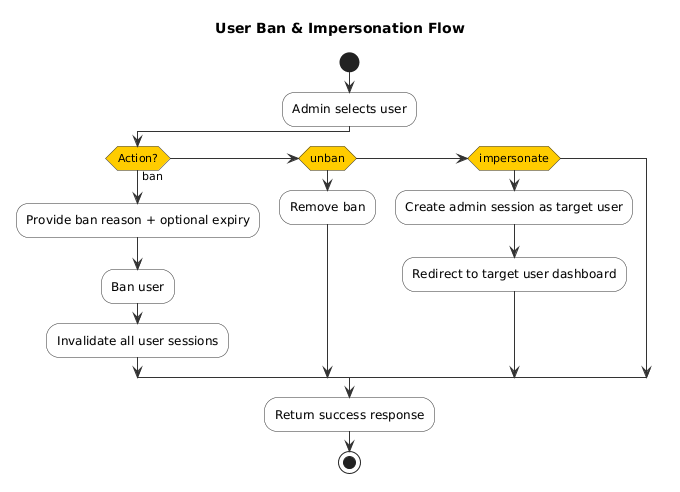
This is modules/dist/auth/images/activity/ban-impersonate-activity.png from namnh240795/document, a PlantUML export, as it was before one commit.
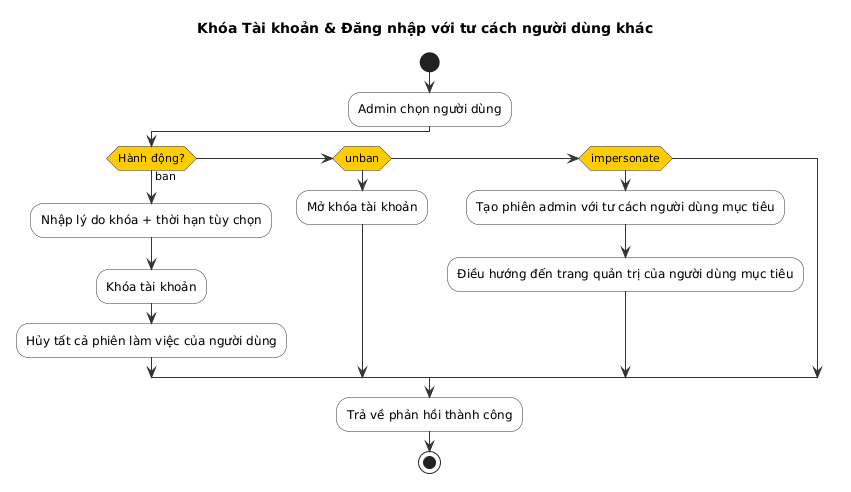
Above is the later version.

What changed in the source:
```diff
@@ -8,24 +8,24 @@
   DiamondBorderColor #333333
 }
 
-title User Ban & Impersonation Flow
+title Khóa Tài khoản & Đăng nhập với tư cách người dùng khác
 
 start
 
-:Admin selects user;
+:Admin chọn người dùng;
 
-if (Action?) then (ban)
-  :Provide ban reason + optional expiry;
-  :Ban user;
-  :Invalidate all user sessions;
+if (Hành động?) then (ban)
+  :Nhập lý do khóa + thời hạn tùy chọn;
+  :Khóa tài khoản;
+  :Hủy tất cả phiên làm việc của người dùng;
 elseif (unban) then
-  :Remove ban;
+  :Mở khóa tài khoản;
 elseif (impersonate) then
-  :Create admin session as target user;
-  :Redirect to target user dashboard;
+  :Tạo phiên admin với tư cách người dùng mục tiêu;
+  :Điều hướng đến trang quản trị của người dùng mục tiêu;
 endif
 
-:Return success response;
+:Trả về phản hồi thành công;
 
 stop
 
```
